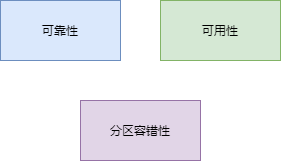
This is img/Kafka-HA-01.png from antonyw/coding-thinking, a draw.io export, as it was before one commit. Source tidied: cells renumbered, new cells last; positions are measured from the earlier drawing's top-left corner, leaving out a move shared by most shapes.
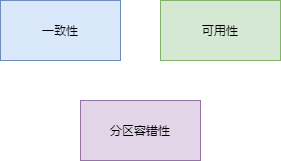
The same file after the commit.

The edit, as a diff of the source:
```diff
@@ -2,7 +2,7 @@
   <root>
     <mxCell id="0" />
     <mxCell id="1" parent="0" />
-    <mxCell id="2" value="可靠性" style="rounded=0;whiteSpace=wrap;html=1;fillColor=#dae8fc;strokeColor=#6c8ebf;" parent="1" vertex="1">
+    <mxCell id="2" value="一致性" style="rounded=0;whiteSpace=wrap;html=1;fillColor=#dae8fc;strokeColor=#6c8ebf;" parent="1" vertex="1">
       <mxGeometry width="120" height="60" as="geometry" />
     </mxCell>
     <mxCell id="3" value="可用性&lt;span style=&quot;color: rgba(0 , 0 , 0 , 0) ; font-family: monospace ; font-size: 0px&quot;&gt;%3CmxGraphModel%3E%3Croot%3E%3CmxCell%20id%3D%220%22%2F%3E%3CmxCell%20id%3D%221%22%20parent%3D%220%22%2F%3E%3CmxCell%20id%3D%222%22%20value%3D%22%E5%8F%AF%E9%9D%A0%E6%80%A7%22%20style%3D%22rounded%3D0%3BwhiteSpace%3Dwrap%3Bhtml%3D1%3B%22%20vertex%3D%221%22%20parent%3D%221%22%3E%3CmxGeometry%20x%3D%2250%22%20y%3D%2250%22%20width%3D%22120%22%20height%3D%2260%22%20as%3D%22geometry%22%2F%3E%3C%2FmxCell%3E%3C%2Froot%3E%3C%2FmxGraphModel%3E&lt;/span&gt;" style="rounded=0;whiteSpace=wrap;html=1;fillColor=#d5e8d4;strokeColor=#82b366;" parent="1" vertex="1">
```
